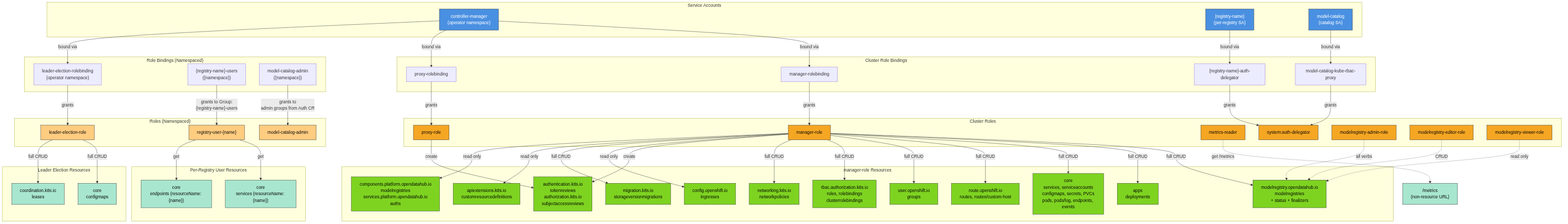
Before: architecture/rhoai.next/diagrams/model-registry-operator-rbac.png, a diagram exported from Mermaid (rhuss/architecture-context). Its source is kept beside it as architecture/rhoai.next/diagrams/model-registry-operator-rbac.mmd. Source of this version:
```mermaid
graph TD
    subgraph ServiceAccounts["Service Accounts"]
        SA_CM["controller-manager<br/>(operator namespace)"]
        SA_Reg["{registry-name}<br/>(per-registry SA)"]
        SA_Cat["model-catalog<br/>(catalog SA)"]
    end

    subgraph ClusterRoleBindings["Cluster Role Bindings"]
        CRB_Mgr["manager-rolebinding"]
        CRB_Proxy["proxy-rolebinding"]
        CRB_RegAuth["{registry-name}-auth-delegator"]
        CRB_CatAuth["model-catalog-kube-rbac-proxy"]
    end

    subgraph RoleBindings["Role Bindings (Namespaced)"]
        RB_Leader["leader-election-rolebinding<br/>(operator namespace)"]
        RB_Users["{registry-name}-users<br/>({namespace})"]
        RB_CatAdmin["model-catalog-admin<br/>({namespace})"]
    end

    subgraph ClusterRoles["Cluster Roles"]
        CR_Mgr["manager-role"]
        CR_Proxy["proxy-role"]
        CR_Metrics["metrics-reader"]
        CR_AuthDel["system:auth-delegator"]
        CR_Admin["modelregistry-admin-role"]
        CR_Editor["modelregistry-editor-role"]
        CR_Viewer["modelregistry-viewer-role"]
    end

    subgraph Roles["Roles (Namespaced)"]
        R_Leader["leader-election-role"]
        R_User["registry-user-{name}"]
        R_CatAdmin2["model-catalog-admin"]
    end

    subgraph MgrResources["manager-role Resources"]
        MR_CRD["modelregistry.opendatahub.io<br/>modelregistries<br/>+ status + finalizers"]
        MR_Apps["apps<br/>deployments"]
        MR_Core["core<br/>services, serviceaccounts<br/>configmaps, secrets, PVCs<br/>pods, pods/log, endpoints, events"]
        MR_Route["route.openshift.io<br/>routes, routes/custom-host"]
        MR_User["user.openshift.io<br/>groups"]
        MR_RBAC["rbac.authorization.k8s.io<br/>roles, rolebindings<br/>clusterrolebindings"]
        MR_Net["networking.k8s.io<br/>networkpolicies"]
        MR_Auth["authentication.k8s.io<br/>tokenreviews<br/>authorization.k8s.io<br/>subjectaccessreviews"]
        MR_OCP["config.openshift.io<br/>ingresses"]
        MR_Mig["migration.k8s.io<br/>storageversionmigrations"]
        MR_CRDDef["apiextensions.k8s.io<br/>customresourcedefinitions"]
        MR_Platform["components.platform.opendatahub.io<br/>modelregistries<br/>services.platform.opendatahub.io<br/>auths"]
    end

    subgraph UserResources["Per-Registry User Resources"]
        UR_Svc["core<br/>services (resourceName: {name})"]
        UR_Ep["core<br/>endpoints (resourceName: {name})"]
    end

    subgraph LeaderResources["Leader Election Resources"]
        LR_CM["core<br/>configmaps"]
        LR_Lease["coordination.k8s.io<br/>leases"]
    end

    SA_CM -->|"bound via"| CRB_Mgr
    SA_CM -->|"bound via"| CRB_Proxy
    SA_CM -->|"bound via"| RB_Leader
    SA_Reg -->|"bound via"| CRB_RegAuth
    SA_Cat -->|"bound via"| CRB_CatAuth

    CRB_Mgr -->|"grants"| CR_Mgr
    CRB_Proxy -->|"grants"| CR_Proxy
    CRB_RegAuth -->|"grants"| CR_AuthDel
    CRB_CatAuth -->|"grants"| CR_AuthDel

    RB_Leader -->|"grants"| R_Leader
    RB_Users -->|"grants to Group:<br/>{registry-name}-users"| R_User
    RB_CatAdmin -->|"grants to<br/>admin groups from Auth CR"| R_CatAdmin2

    CR_Mgr -->|"full CRUD"| MR_CRD
    CR_Mgr -->|"full CRUD"| MR_Apps
    CR_Mgr -->|"full CRUD"| MR_Core
    CR_Mgr -->|"full CRUD"| MR_Route
    CR_Mgr -->|"full CRUD"| MR_User
    CR_Mgr -->|"full CRUD"| MR_RBAC
    CR_Mgr -->|"full CRUD"| MR_Net
    CR_Mgr -->|"create"| MR_Auth
    CR_Mgr -->|"read only"| MR_OCP
    CR_Mgr -->|"full CRUD"| MR_Mig
    CR_Mgr -->|"read only"| MR_CRDDef
    CR_Mgr -->|"read only"| MR_Platform

    CR_Proxy -->|"create"| MR_Auth

    R_User -->|"get"| UR_Svc
    R_User -->|"get"| UR_Ep
    R_Leader -->|"full CRUD"| LR_CM
    R_Leader -->|"full CRUD"| LR_Lease

    CR_Admin -.->|"all verbs"| MR_CRD
    CR_Editor -.->|"CRUD"| MR_CRD
    CR_Viewer -.->|"read only"| MR_CRD
    CR_Metrics -.->|"get /metrics"| MetricsURL["/metrics<br/>(non-resource URL)"]

    style SA_CM fill:#4a90e2,stroke:#333,color:#fff
    style SA_Reg fill:#4a90e2,stroke:#333,color:#fff
    style SA_Cat fill:#4a90e2,stroke:#333,color:#fff

    style CR_Mgr fill:#f5a623,stroke:#333,color:#000
    style CR_Proxy fill:#f5a623,stroke:#333,color:#000
    style CR_Metrics fill:#f5a623,stroke:#333,color:#000
    style CR_AuthDel fill:#f5a623,stroke:#333,color:#000
    style CR_Admin fill:#f5a623,stroke:#333,color:#000
    style CR_Editor fill:#f5a623,stroke:#333,color:#000
    style CR_Viewer fill:#f5a623,stroke:#333,color:#000

    style R_Leader fill:#ffcc80,stroke:#333,color:#000
    style R_User fill:#ffcc80,stroke:#333,color:#000
    style R_CatAdmin2 fill:#ffcc80,stroke:#333,color:#000

    style MR_CRD fill:#7ed321,stroke:#333,color:#000
    style MR_Apps fill:#7ed321,stroke:#333,color:#000
    style MR_Core fill:#7ed321,stroke:#333,color:#000
    style MR_Route fill:#7ed321,stroke:#333,color:#000
    style MR_User fill:#7ed321,stroke:#333,color:#000
    style MR_RBAC fill:#7ed321,stroke:#333,color:#000
    style MR_Net fill:#7ed321,stroke:#333,color:#000
    style MR_Auth fill:#7ed321,stroke:#333,color:#000
    style MR_OCP fill:#7ed321,stroke:#333,color:#000
    style MR_Mig fill:#7ed321,stroke:#333,color:#000
    style MR_CRDDef fill:#7ed321,stroke:#333,color:#000
    style MR_Platform fill:#7ed321,stroke:#333,color:#000

    style UR_Svc fill:#a8e6cf,stroke:#333,color:#000
    style UR_Ep fill:#a8e6cf,stroke:#333,color:#000
    style LR_CM fill:#a8e6cf,stroke:#333,color:#000
    style LR_Lease fill:#a8e6cf,stroke:#333,color:#000
    style MetricsURL fill:#a8e6cf,stroke:#333,color:#000
```
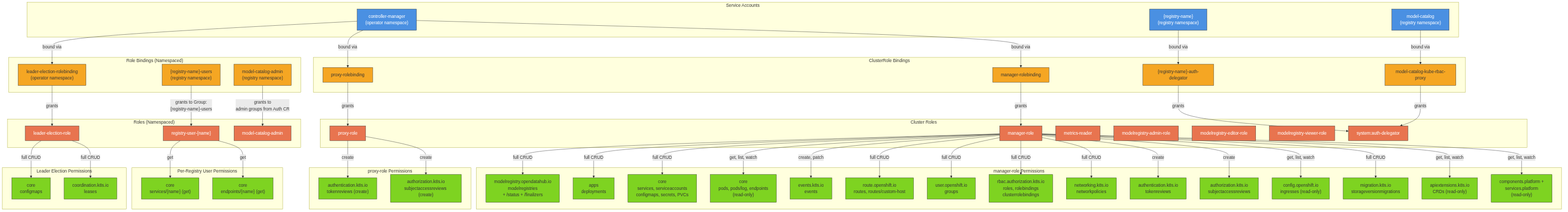
The same diagram one commit later.

Diff of the diagram source:
```diff
@@ -1,135 +1,152 @@
 graph TD
     subgraph ServiceAccounts["Service Accounts"]
         SA_CM["controller-manager<br/>(operator namespace)"]
-        SA_Reg["{registry-name}<br/>(per-registry SA)"]
-        SA_Cat["model-catalog<br/>(catalog SA)"]
+        SA_Registry["{registry-name}<br/>(registry namespace)"]
+        SA_Catalog["model-catalog<br/>(registry namespace)"]
     end
 
-    subgraph ClusterRoleBindings["Cluster Role Bindings"]
-        CRB_Mgr["manager-rolebinding"]
+    subgraph ClusterRoleBindings["ClusterRole Bindings"]
+        CRB_Manager["manager-rolebinding"]
         CRB_Proxy["proxy-rolebinding"]
-        CRB_RegAuth["{registry-name}-auth-delegator"]
-        CRB_CatAuth["model-catalog-kube-rbac-proxy"]
+        CRB_AuthDeleg["{registry-name}-auth-delegator"]
+        CRB_CatalogAuth["model-catalog-kube-rbac-proxy"]
     end
 
     subgraph RoleBindings["Role Bindings (Namespaced)"]
         RB_Leader["leader-election-rolebinding<br/>(operator namespace)"]
-        RB_Users["{registry-name}-users<br/>({namespace})"]
-        RB_CatAdmin["model-catalog-admin<br/>({namespace})"]
+        RB_Users["{registry-name}-users<br/>(registry namespace)"]
+        RB_CatalogAdmin["model-catalog-admin<br/>(registry namespace)"]
     end
 
     subgraph ClusterRoles["Cluster Roles"]
-        CR_Mgr["manager-role"]
+        CR_Manager["manager-role"]
         CR_Proxy["proxy-role"]
         CR_Metrics["metrics-reader"]
-        CR_AuthDel["system:auth-delegator"]
         CR_Admin["modelregistry-admin-role"]
         CR_Editor["modelregistry-editor-role"]
         CR_Viewer["modelregistry-viewer-role"]
+        CR_AuthDeleg["system:auth-delegator"]
     end
 
     subgraph Roles["Roles (Namespaced)"]
         R_Leader["leader-election-role"]
         R_User["registry-user-{name}"]
-        R_CatAdmin2["model-catalog-admin"]
+        R_CatalogAdmin["model-catalog-admin"]
     end
 
-    subgraph MgrResources["manager-role Resources"]
-        MR_CRD["modelregistry.opendatahub.io<br/>modelregistries<br/>+ status + finalizers"]
+    subgraph ManagerResources["manager-role Permissions"]
+        MR_CRD["modelregistry.opendatahub.io<br/>modelregistries<br/>+ /status + /finalizers"]
         MR_Apps["apps<br/>deployments"]
-        MR_Core["core<br/>services, serviceaccounts<br/>configmaps, secrets, PVCs<br/>pods, pods/log, endpoints, events"]
-        MR_Route["route.openshift.io<br/>routes, routes/custom-host"]
-        MR_User["user.openshift.io<br/>groups"]
+        MR_Core["core<br/>services, serviceaccounts<br/>configmaps, secrets, PVCs"]
+        MR_CoreRO["core<br/>pods, pods/log, endpoints<br/>(read-only)"]
+        MR_Events["events.k8s.io<br/>events"]
+        MR_Routes["route.openshift.io<br/>routes, routes/custom-host"]
+        MR_Users["user.openshift.io<br/>groups"]
         MR_RBAC["rbac.authorization.k8s.io<br/>roles, rolebindings<br/>clusterrolebindings"]
-        MR_Net["networking.k8s.io<br/>networkpolicies"]
-        MR_Auth["authentication.k8s.io<br/>tokenreviews<br/>authorization.k8s.io<br/>subjectaccessreviews"]
-        MR_OCP["config.openshift.io<br/>ingresses"]
-        MR_Mig["migration.k8s.io<br/>storageversionmigrations"]
-        MR_CRDDef["apiextensions.k8s.io<br/>customresourcedefinitions"]
-        MR_Platform["components.platform.opendatahub.io<br/>modelregistries<br/>services.platform.opendatahub.io<br/>auths"]
+        MR_NetPol["networking.k8s.io<br/>networkpolicies"]
+        MR_Auth["authentication.k8s.io<br/>tokenreviews"]
+        MR_Authz["authorization.k8s.io<br/>subjectaccessreviews"]
+        MR_Ingress["config.openshift.io<br/>ingresses (read-only)"]
+        MR_Migration["migration.k8s.io<br/>storageversionmigrations"]
+        MR_CRDDefs["apiextensions.k8s.io<br/>CRDs (read-only)"]
+        MR_Platform["components.platform +<br/>services.platform<br/>(read-only)"]
     end
 
-    subgraph UserResources["Per-Registry User Resources"]
-        UR_Svc["core<br/>services (resourceName: {name})"]
-        UR_Ep["core<br/>endpoints (resourceName: {name})"]
+    subgraph ProxyResources["proxy-role Permissions"]
+        PR_Auth["authentication.k8s.io<br/>tokenreviews (create)"]
+        PR_Authz["authorization.k8s.io<br/>subjectaccessreviews (create)"]
     end
 
-    subgraph LeaderResources["Leader Election Resources"]
-        LR_CM["core<br/>configmaps"]
-        LR_Lease["coordination.k8s.io<br/>leases"]
+    subgraph UserResources["Per-Registry User Permissions"]
+        UR_Svc["core<br/>services/{name} (get)"]
+        UR_Ep["core<br/>endpoints/{name} (get)"]
     end
 
-    SA_CM -->|"bound via"| CRB_Mgr
+    subgraph LeaderResources["Leader Election Permissions"]
+        LR_CM["core<br/>configmaps"]
+        LR_Leases["coordination.k8s.io<br/>leases"]
+    end
+
+    SA_CM -->|"bound via"| CRB_Manager
     SA_CM -->|"bound via"| CRB_Proxy
     SA_CM -->|"bound via"| RB_Leader
-    SA_Reg -->|"bound via"| CRB_RegAuth
-    SA_Cat -->|"bound via"| CRB_CatAuth
+    SA_Registry -->|"bound via"| CRB_AuthDeleg
+    SA_Catalog -->|"bound via"| CRB_CatalogAuth
 
-    CRB_Mgr -->|"grants"| CR_Mgr
+    CRB_Manager -->|"grants"| CR_Manager
     CRB_Proxy -->|"grants"| CR_Proxy
-    CRB_RegAuth -->|"grants"| CR_AuthDel
-    CRB_CatAuth -->|"grants"| CR_AuthDel
-
+    CRB_AuthDeleg -->|"grants"| CR_AuthDeleg
+    CRB_CatalogAuth -->|"grants"| CR_AuthDeleg
     RB_Leader -->|"grants"| R_Leader
     RB_Users -->|"grants to Group:<br/>{registry-name}-users"| R_User
-    RB_CatAdmin -->|"grants to<br/>admin groups from Auth CR"| R_CatAdmin2
+    RB_CatalogAdmin -->|"grants to<br/>admin groups from Auth CR"| R_CatalogAdmin
 
-    CR_Mgr -->|"full CRUD"| MR_CRD
-    CR_Mgr -->|"full CRUD"| MR_Apps
-    CR_Mgr -->|"full CRUD"| MR_Core
-    CR_Mgr -->|"full CRUD"| MR_Route
-    CR_Mgr -->|"full CRUD"| MR_User
-    CR_Mgr -->|"full CRUD"| MR_RBAC
-    CR_Mgr -->|"full CRUD"| MR_Net
-    CR_Mgr -->|"create"| MR_Auth
-    CR_Mgr -->|"read only"| MR_OCP
-    CR_Mgr -->|"full CRUD"| MR_Mig
-    CR_Mgr -->|"read only"| MR_CRDDef
-    CR_Mgr -->|"read only"| MR_Platform
+    CR_Manager -->|"full CRUD"| MR_CRD
+    CR_Manager -->|"full CRUD"| MR_Apps
+    CR_Manager -->|"full CRUD"| MR_Core
+    CR_Manager -->|"get, list, watch"| MR_CoreRO
+    CR_Manager -->|"create, patch"| MR_Events
+    CR_Manager -->|"full CRUD"| MR_Routes
+    CR_Manager -->|"full CRUD"| MR_Users
+    CR_Manager -->|"full CRUD"| MR_RBAC
+    CR_Manager -->|"full CRUD"| MR_NetPol
+    CR_Manager -->|"create"| MR_Auth
+    CR_Manager -->|"create"| MR_Authz
+    CR_Manager -->|"get, list, watch"| MR_Ingress
+    CR_Manager -->|"full CRUD"| MR_Migration
+    CR_Manager -->|"get, list, watch"| MR_CRDDefs
+    CR_Manager -->|"get, list, watch"| MR_Platform
 
-    CR_Proxy -->|"create"| MR_Auth
+    CR_Proxy -->|"create"| PR_Auth
+    CR_Proxy -->|"create"| PR_Authz
 
     R_User -->|"get"| UR_Svc
     R_User -->|"get"| UR_Ep
+
     R_Leader -->|"full CRUD"| LR_CM
-    R_Leader -->|"full CRUD"| LR_Lease
-
-    CR_Admin -.->|"all verbs"| MR_CRD
-    CR_Editor -.->|"CRUD"| MR_CRD
-    CR_Viewer -.->|"read only"| MR_CRD
-    CR_Metrics -.->|"get /metrics"| MetricsURL["/metrics<br/>(non-resource URL)"]
+    R_Leader -->|"full CRUD"| LR_Leases
 
     style SA_CM fill:#4a90e2,stroke:#333,color:#fff
-    style SA_Reg fill:#4a90e2,stroke:#333,color:#fff
-    style SA_Cat fill:#4a90e2,stroke:#333,color:#fff
+    style SA_Registry fill:#4a90e2,stroke:#333,color:#fff
+    style SA_Catalog fill:#4a90e2,stroke:#333,color:#fff
 
-    style CR_Mgr fill:#f5a623,stroke:#333,color:#000
-    style CR_Proxy fill:#f5a623,stroke:#333,color:#000
-    style CR_Metrics fill:#f5a623,stroke:#333,color:#000
-    style CR_AuthDel fill:#f5a623,stroke:#333,color:#000
-    style CR_Admin fill:#f5a623,stroke:#333,color:#000
-    style CR_Editor fill:#f5a623,stroke:#333,color:#000
-    style CR_Viewer fill:#f5a623,stroke:#333,color:#000
+    style CRB_Manager fill:#f5a623,stroke:#333,color:#333
+    style CRB_Proxy fill:#f5a623,stroke:#333,color:#333
+    style CRB_AuthDeleg fill:#f5a623,stroke:#333,color:#333
+    style CRB_CatalogAuth fill:#f5a623,stroke:#333,color:#333
+    style RB_Leader fill:#f5a623,stroke:#333,color:#333
+    style RB_Users fill:#f5a623,stroke:#333,color:#333
+    style RB_CatalogAdmin fill:#f5a623,stroke:#333,color:#333
 
-    style R_Leader fill:#ffcc80,stroke:#333,color:#000
-    style R_User fill:#ffcc80,stroke:#333,color:#000
-    style R_CatAdmin2 fill:#ffcc80,stroke:#333,color:#000
+    style CR_Manager fill:#e8744f,stroke:#333,color:#fff
+    style CR_Proxy fill:#e8744f,stroke:#333,color:#fff
+    style CR_Metrics fill:#e8744f,stroke:#333,color:#fff
+    style CR_Admin fill:#e8744f,stroke:#333,color:#fff
+    style CR_Editor fill:#e8744f,stroke:#333,color:#fff
+    style CR_Viewer fill:#e8744f,stroke:#333,color:#fff
+    style CR_AuthDeleg fill:#e8744f,stroke:#333,color:#fff
+    style R_Leader fill:#e8744f,stroke:#333,color:#fff
+    style R_User fill:#e8744f,stroke:#333,color:#fff
+    style R_CatalogAdmin fill:#e8744f,stroke:#333,color:#fff
 
-    style MR_CRD fill:#7ed321,stroke:#333,color:#000
-    style MR_Apps fill:#7ed321,stroke:#333,color:#000
-    style MR_Core fill:#7ed321,stroke:#333,color:#000
-    style MR_Route fill:#7ed321,stroke:#333,color:#000
-    style MR_User fill:#7ed321,stroke:#333,color:#000
-    style MR_RBAC fill:#7ed321,stroke:#333,color:#000
-    style MR_Net fill:#7ed321,stroke:#333,color:#000
-    style MR_Auth fill:#7ed321,stroke:#333,color:#000
-    style MR_OCP fill:#7ed321,stroke:#333,color:#000
-    style MR_Mig fill:#7ed321,stroke:#333,color:#000
-    style MR_CRDDef fill:#7ed321,stroke:#333,color:#000
-    style MR_Platform fill:#7ed321,stroke:#333,color:#000
-
-    style UR_Svc fill:#a8e6cf,stroke:#333,color:#000
-    style UR_Ep fill:#a8e6cf,stroke:#333,color:#000
-    style LR_CM fill:#a8e6cf,stroke:#333,color:#000
-    style LR_Lease fill:#a8e6cf,stroke:#333,color:#000
-    style MetricsURL fill:#a8e6cf,stroke:#333,color:#000
+    style MR_CRD fill:#7ed321,stroke:#333,color:#333
+    style MR_Apps fill:#7ed321,stroke:#333,color:#333
+    style MR_Core fill:#7ed321,stroke:#333,color:#333
+    style MR_CoreRO fill:#7ed321,stroke:#333,color:#333
+    style MR_Events fill:#7ed321,stroke:#333,color:#333
+    style MR_Routes fill:#7ed321,stroke:#333,color:#333
+    style MR_Users fill:#7ed321,stroke:#333,color:#333
+    style MR_RBAC fill:#7ed321,stroke:#333,color:#333
+    style MR_NetPol fill:#7ed321,stroke:#333,color:#333
+    style MR_Auth fill:#7ed321,stroke:#333,color:#333
+    style MR_Authz fill:#7ed321,stroke:#333,color:#333
+    style MR_Ingress fill:#7ed321,stroke:#333,color:#333
+    style MR_Migration fill:#7ed321,stroke:#333,color:#333
+    style MR_CRDDefs fill:#7ed321,stroke:#333,color:#333
+    style MR_Platform fill:#7ed321,stroke:#333,color:#333
+    style PR_Auth fill:#7ed321,stroke:#333,color:#333
+    style PR_Authz fill:#7ed321,stroke:#333,color:#333
+    style UR_Svc fill:#7ed321,stroke:#333,color:#333
+    style UR_Ep fill:#7ed321,stroke:#333,color:#333
+    style LR_CM fill:#7ed321,stroke:#333,color:#333
+    style LR_Leases fill:#7ed321,stroke:#333,color:#333
```
